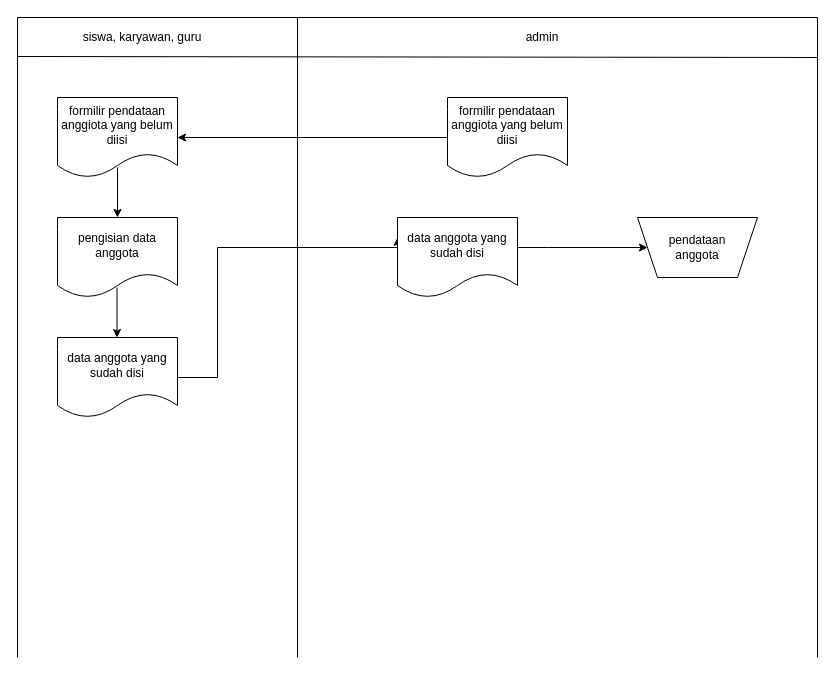
The draw.io diagram public/Diagram Tanpa Judul.drawio in ZakyInCode/siakad-alisra, before the edit. Source tidied: cells renumbered, new cells numbered last; positions are measured from the earlier drawing's top-left corner, leaving out a move shared by most shapes. Both pictures are drawn from the tidied source at 100%, with x=0, y=0 at pixel (17, 17).
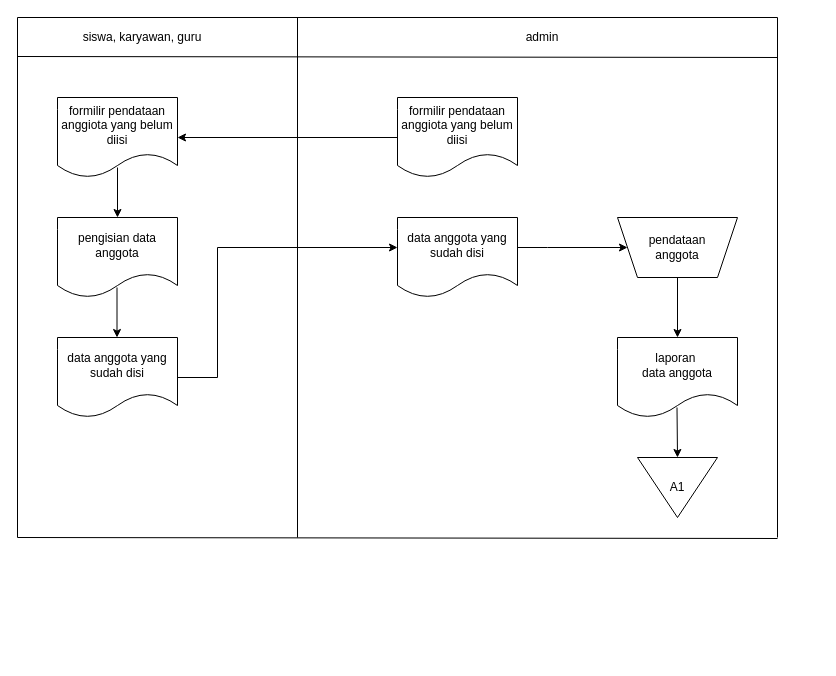
After the change.

Unchanged cells that the change refers to:
```xml
<mxCell id="10" value="data anggota yang sudah disi" style="shape=document;whiteSpace=wrap;html=1;boundedLbl=1;" parent="1" vertex="1">
  <mxGeometry x="40" y="320" width="120" height="80" as="geometry" />
</mxCell>
<mxCell id="14" value="data anggota yang sudah disi" style="shape=document;whiteSpace=wrap;html=1;boundedLbl=1;" parent="1" vertex="1">
  <mxGeometry x="380" y="200" width="120" height="80" as="geometry" />
</mxCell>
```

What changed in the source:
```diff
@@
     <mxCell id="3" value="pendataan&lt;div&gt;anggota&lt;/div&gt;" style="shape=trapezoid;perimeter=trapezoidPerimeter;whiteSpace=wrap;html=1;fixedSize=1;direction=west;" parent="1" vertex="1">
-      <mxGeometry x="620" y="200" width="120" height="60" as="geometry" />
+      <mxGeometry x="600" y="200" width="120" height="60" as="geometry" />
     </mxCell>
@@
     <mxCell id="6" value="formilir pendataan anggiota yang belum diisi" style="shape=document;whiteSpace=wrap;html=1;boundedLbl=1;" parent="1" vertex="1">
-      <mxGeometry x="430" y="80" width="120" height="80" as="geometry" />
+      <mxGeometry x="380" y="80" width="120" height="80" as="geometry" />
     </mxCell>
@@
-    <mxCell id="9" style="edgeStyle=orthogonalEdgeStyle;rounded=0;jettySize=auto;html=1;" parent="1" edge="1" source="10">
+    <mxCell id="9" style="edgeStyle=orthogonalEdgeStyle;rounded=0;jettySize=auto;html=1;entryX=0;entryY=0.375;entryDx=0;entryDy=0;entryPerimeter=0;" parent="1" edge="1" source="10" target="14">
       <mxGeometry relative="1" as="geometry">
-        <mxPoint x="380" y="220" as="targetPoint" />
         <Array as="points">
           <mxPoint x="200" y="360" />
           <mxPoint x="200" y="230" />
-          <mxPoint x="380" y="230" />
         </Array>
       </mxGeometry>
     </mxCell>
@@
     <mxCell id="15" style="endArrow=none;html=1;rounded=0;" parent="1" edge="1">
       <mxGeometry relative="1" as="geometry">
         <mxPoint as="sourcePoint" />
-        <mxPoint x="800" as="targetPoint" />
+        <mxPoint x="760" as="targetPoint" />
       </mxGeometry>
     </mxCell>
     <mxCell id="16" style="endArrow=none;html=1;rounded=0;" parent="1" edge="1">
       <mxGeometry relative="1" as="geometry">
         <mxPoint y="39" as="sourcePoint" />
-        <mxPoint x="800" y="40" as="targetPoint" />
+        <mxPoint x="760" y="40" as="targetPoint" />
       </mxGeometry>
     </mxCell>
     <mxCell id="17" style="endArrow=none;html=1;rounded=0;" parent="1" edge="1">
       <mxGeometry relative="1" as="geometry">
         <mxPoint as="sourcePoint" />
-        <mxPoint y="640" as="targetPoint" />
+        <mxPoint y="520" as="targetPoint" />
       </mxGeometry>
     </mxCell>
     <mxCell id="18" style="endArrow=none;html=1;rounded=0;" parent="1" edge="1">
       <mxGeometry relative="1" as="geometry">
-        <mxPoint x="800" as="sourcePoint" />
-        <mxPoint x="800" y="640" as="targetPoint" />
+        <mxPoint x="760" as="sourcePoint" />
+        <mxPoint x="760" y="520" as="targetPoint" />
       </mxGeometry>
     </mxCell>
     <mxCell id="19" style="endArrow=none;html=1;rounded=0;" parent="1" edge="1">
       <mxGeometry relative="1" as="geometry">
         <mxPoint x="280" as="sourcePoint" />
-        <mxPoint x="280" y="640" as="targetPoint" />
+        <mxPoint x="280" y="520" as="targetPoint" />
       </mxGeometry>
     </mxCell>
+    <mxCell id="20" value="laporan&amp;nbsp;&lt;div&gt;data anggota&lt;/div&gt;" style="shape=document;whiteSpace=wrap;html=1;boundedLbl=1;" parent="1" vertex="1">
+      <mxGeometry x="600" y="320" width="120" height="80" as="geometry" />
+    </mxCell>
+    <mxCell id="21" style="endArrow=classic;html=1;rounded=0;entryX=0.5;entryY=0;entryDx=0;entryDy=0;exitX=0.5;exitY=0;exitDx=0;exitDy=0;" parent="1" edge="1" source="3" target="20">
+      <mxGeometry relative="1" as="geometry" />
+    </mxCell>
+    <mxCell id="22" value="A1" style="triangle;whiteSpace=wrap;html=1;direction=south;" parent="1" vertex="1">
+      <mxGeometry x="620" y="440" width="80" height="60" as="geometry" />
+    </mxCell>
+    <mxCell id="23" style="endArrow=classic;html=1;rounded=0;entryX=0;entryY=0.5;entryDx=0;entryDy=0;exitX=0.5;exitY=0;exitDx=0;exitDy=0;" parent="1" edge="1" target="22">
+      <mxGeometry relative="1" as="geometry">
+        <mxPoint x="659.5" y="390" as="sourcePoint" />
+      </mxGeometry>
+    </mxCell>
+    <mxCell id="24" style="endArrow=none;html=1;rounded=0;" parent="1" edge="1">
+      <mxGeometry relative="1" as="geometry">
+        <mxPoint y="520" as="sourcePoint" />
+        <mxPoint x="760" y="521" as="targetPoint" />
+      </mxGeometry>
+    </mxCell>
```
